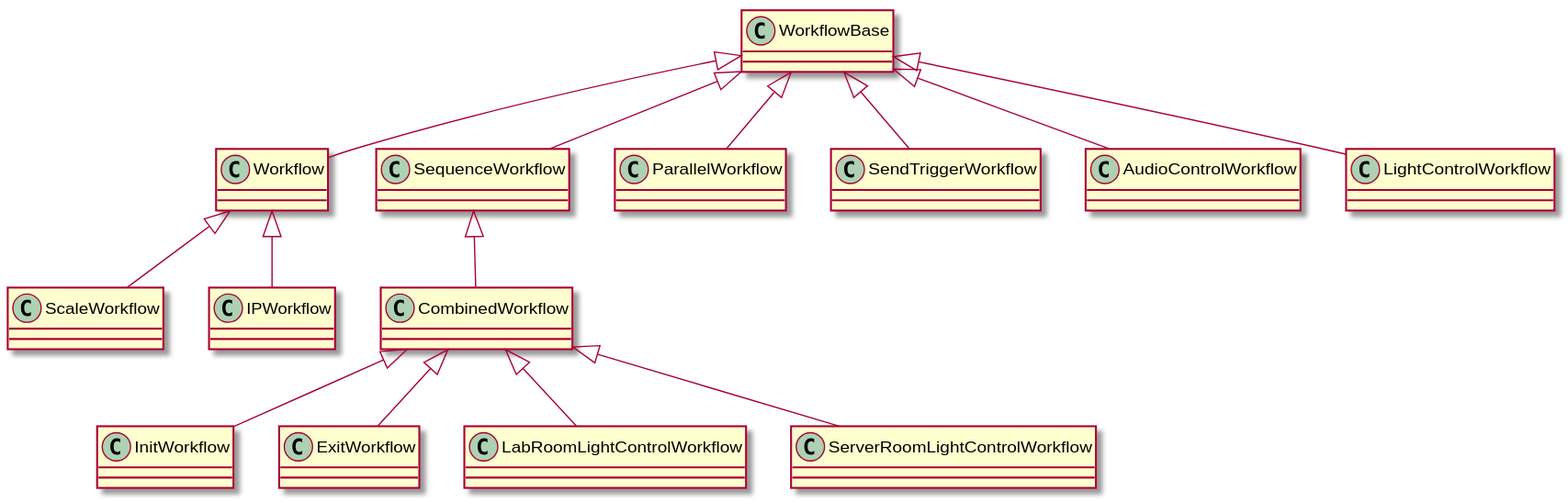
Above: doc/design/workflow_engine_model_special_workflows.svg in ubilab-ws21/operator (PlantUML), before the change.
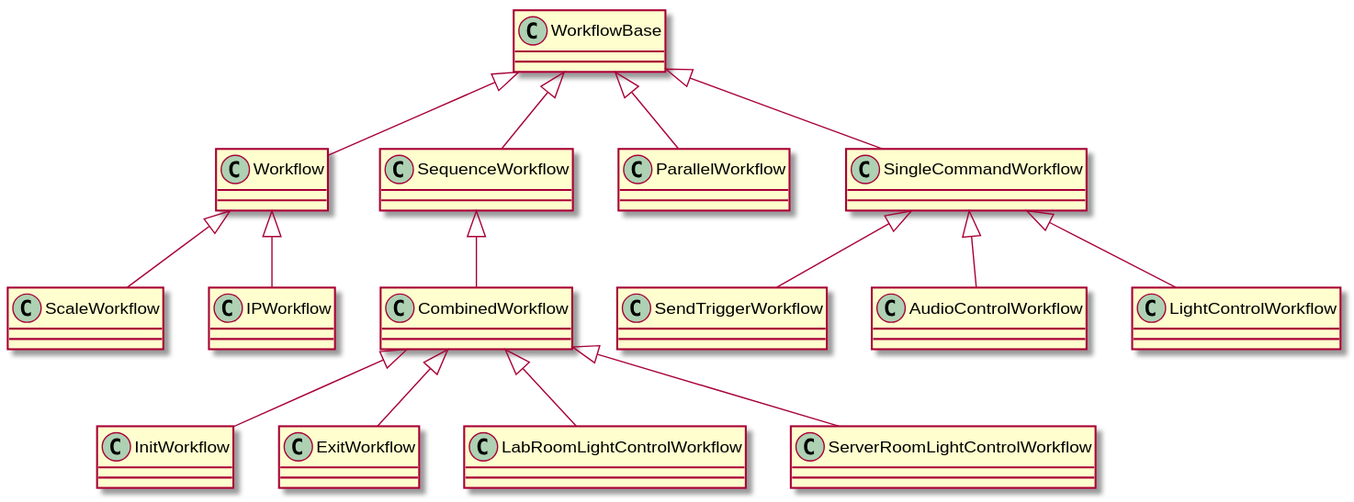
Later version of the same file.

Diff of the diagram source:
```diff
@@ -15,6 +15,15 @@
 class CombinedWorkflow {
 }
 
+class InitWorkflow {
+}
+
+class ExitWorkflow {
+}
+
+class SingleCommandWorkflow {
+}
+
 class SendTriggerWorkflow {
 }
 
@@ -22,12 +31,6 @@
 }
 
 class IPWorkflow {
-}
-
-class InitWorkflow {
-}
-
-class ExitWorkflow {
 }
 
 class AudioControlWorkflow {
@@ -48,9 +51,10 @@
 
 SequenceWorkflow <|-- CombinedWorkflow
 
-WorkflowBase <|-- SendTriggerWorkflow
-WorkflowBase <|-- AudioControlWorkflow
-WorkflowBase <|-- LightControlWorkflow
+WorkflowBase <|-- SingleCommandWorkflow
+SingleCommandWorkflow <|-- SendTriggerWorkflow
+SingleCommandWorkflow <|-- AudioControlWorkflow
+SingleCommandWorkflow <|-- LightControlWorkflow
 
 Workflow <|-- ScaleWorkflow
 Workflow <|-- IPWorkflow
```
